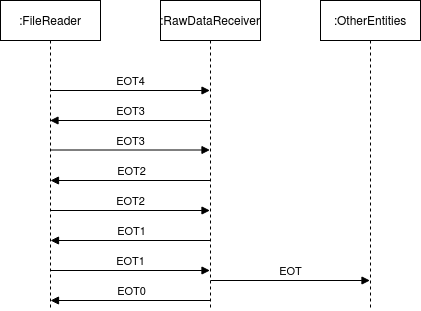
This is diagramas/secuencia.png from rozanecm/7574-tp2, a draw.io export, as it was before one commit. Source tidied: cells renumbered, new cells last; positions are measured from the earlier drawing's top-left corner, leaving out a move shared by most shapes.
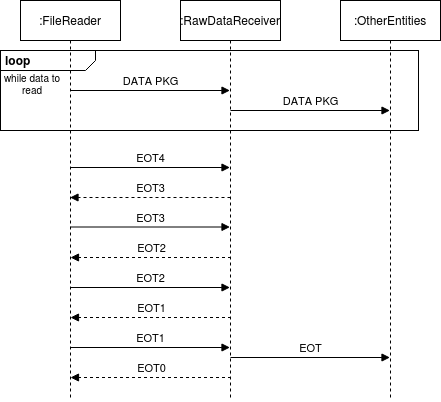
The same file after the commit.

What changed in the source:
```diff
@@ -2,65 +2,86 @@
   <root>
     <mxCell id="0" />
     <mxCell id="1" parent="0" />
+    <mxCell id="14" value="&lt;p style=&quot;margin: 0px ; margin-top: 4px ; margin-left: 5px ; text-align: left&quot;&gt;&lt;b&gt;loop&lt;/b&gt; &lt;br&gt;&lt;/p&gt;" style="html=1;shape=mxgraph.sysml.package;overflow=fill;labelX=95;align=left;spacingLeft=5;verticalAlign=top;spacingTop=-3;" parent="1" vertex="1">
+      <mxGeometry x="-20" y="50" width="418" height="80" as="geometry" />
+    </mxCell>
     <mxCell id="2" value=":RawDataReceiver" style="shape=umlLifeline;perimeter=lifelinePerimeter;whiteSpace=wrap;html=1;outlineConnect=0;" parent="1" vertex="1">
-      <mxGeometry x="160" width="100" height="310" as="geometry" />
+      <mxGeometry x="160" width="100" height="400" as="geometry" />
     </mxCell>
-    <mxCell id="3" value="EOT3" style="html=1;verticalAlign=bottom;endArrow=block;" parent="2" edge="1" target="8">
+    <mxCell id="3" value="EOT3" style="html=1;verticalAlign=bottom;endArrow=block;dashed=1;" parent="2" edge="1">
       <mxGeometry relative="1" as="geometry">
-        <mxPoint x="50" y="120" as="sourcePoint" />
+        <mxPoint x="50" y="197" as="sourcePoint" />
+        <mxPoint x="-110.5" y="197" as="targetPoint" />
       </mxGeometry>
     </mxCell>
-    <mxCell id="4" value="EOT2" style="html=1;verticalAlign=bottom;endArrow=block;" parent="2" edge="1">
+    <mxCell id="4" value="EOT2" style="html=1;verticalAlign=bottom;endArrow=block;dashed=1;" parent="2" edge="1">
       <mxGeometry relative="1" as="geometry">
-        <mxPoint x="50.5" y="180" as="sourcePoint" />
-        <mxPoint x="-110" y="180" as="targetPoint" />
+        <mxPoint x="50.5" y="257" as="sourcePoint" />
+        <mxPoint x="-110" y="257" as="targetPoint" />
       </mxGeometry>
     </mxCell>
-    <mxCell id="5" value="EOT1" style="html=1;verticalAlign=bottom;endArrow=block;" parent="2" edge="1">
+    <mxCell id="5" value="EOT1" style="html=1;verticalAlign=bottom;endArrow=block;dashed=1;" parent="2" edge="1">
       <mxGeometry relative="1" as="geometry">
-        <mxPoint x="50.5" y="240" as="sourcePoint" />
-        <mxPoint x="-110" y="240" as="targetPoint" />
+        <mxPoint x="50.5" y="317" as="sourcePoint" />
+        <mxPoint x="-110" y="317" as="targetPoint" />
       </mxGeometry>
     </mxCell>
-    <mxCell id="6" value="EOT0" style="html=1;verticalAlign=bottom;endArrow=block;" parent="2" edge="1">
+    <mxCell id="6" value="EOT0" style="html=1;verticalAlign=bottom;endArrow=block;dashed=1;" parent="2" edge="1">
       <mxGeometry relative="1" as="geometry">
-        <mxPoint x="50.5" y="300" as="sourcePoint" />
-        <mxPoint x="-110" y="300" as="targetPoint" />
+        <mxPoint x="50.5" y="377" as="sourcePoint" />
+        <mxPoint x="-110" y="377" as="targetPoint" />
       </mxGeometry>
     </mxCell>
-    <mxCell id="7" value="EOT" style="html=1;verticalAlign=bottom;endArrow=block;" parent="2" edge="1" target="10">
+    <mxCell id="7" value="EOT" style="html=1;verticalAlign=bottom;endArrow=block;" parent="2" edge="1">
       <mxGeometry relative="1" as="geometry">
-        <mxPoint x="50" y="280" as="sourcePoint" />
+        <mxPoint x="50" y="357" as="sourcePoint" />
+        <mxPoint x="209.5" y="357" as="targetPoint" />
       </mxGeometry>
     </mxCell>
     <mxCell id="8" value=":FileReader" style="shape=umlLifeline;perimeter=lifelinePerimeter;whiteSpace=wrap;html=1;outlineConnect=0;" parent="1" vertex="1">
-      <mxGeometry width="100" height="310" as="geometry" />
+      <mxGeometry width="100" height="400" as="geometry" />
     </mxCell>
-    <mxCell id="9" value="EOT4" style="html=1;verticalAlign=bottom;endArrow=block;" parent="8" edge="1" target="2">
+    <mxCell id="9" value="EOT4" style="html=1;verticalAlign=bottom;endArrow=block;" parent="8" edge="1">
       <mxGeometry relative="1" as="geometry">
-        <mxPoint x="50" y="90" as="sourcePoint" />
+        <mxPoint x="50" y="167" as="sourcePoint" />
+        <mxPoint x="209.5" y="167" as="targetPoint" />
       </mxGeometry>
     </mxCell>
     <mxCell id="10" value=":OtherEntities" style="shape=umlLifeline;perimeter=lifelinePerimeter;whiteSpace=wrap;html=1;outlineConnect=0;" parent="1" vertex="1">
-      <mxGeometry x="320" width="100" height="310" as="geometry" />
+      <mxGeometry x="320" width="100" height="400" as="geometry" />
     </mxCell>
     <mxCell id="11" value="EOT3" style="html=1;verticalAlign=bottom;endArrow=block;" parent="1" edge="1">
       <mxGeometry relative="1" as="geometry">
-        <mxPoint x="50" y="149.5" as="sourcePoint" />
-        <mxPoint x="209.5" y="149.5" as="targetPoint" />
+        <mxPoint x="50" y="226.5" as="sourcePoint" />
+        <mxPoint x="209.5" y="226.5" as="targetPoint" />
       </mxGeometry>
     </mxCell>
     <mxCell id="12" value="EOT2" style="html=1;verticalAlign=bottom;endArrow=block;" parent="1" edge="1">
       <mxGeometry relative="1" as="geometry">
-        <mxPoint x="50" y="210" as="sourcePoint" />
-        <mxPoint x="209.5" y="210" as="targetPoint" />
+        <mxPoint x="50" y="287" as="sourcePoint" />
+        <mxPoint x="209.5" y="287" as="targetPoint" />
       </mxGeometry>
     </mxCell>
     <mxCell id="13" value="EOT1" style="html=1;verticalAlign=bottom;endArrow=block;" parent="1" edge="1">
       <mxGeometry relative="1" as="geometry">
-        <mxPoint x="50" y="270" as="sourcePoint" />
-        <mxPoint x="209.5" y="270" as="targetPoint" />
+        <mxPoint x="50" y="347" as="sourcePoint" />
+        <mxPoint x="209.5" y="347" as="targetPoint" />
       </mxGeometry>
     </mxCell>
+    <mxCell id="15" value="DATA PKG" style="html=1;verticalAlign=bottom;endArrow=block;" parent="1" edge="1">
+      <mxGeometry relative="1" as="geometry">
+        <mxPoint x="50" y="90" as="sourcePoint" />
+        <mxPoint x="209.5" y="90" as="targetPoint" />
+      </mxGeometry>
+    </mxCell>
+    <mxCell id="16" value="DATA PKG" style="html=1;verticalAlign=bottom;endArrow=block;" parent="1" edge="1">
+      <mxGeometry relative="1" as="geometry">
+        <mxPoint x="210" y="110" as="sourcePoint" />
+        <mxPoint x="369.5" y="110" as="targetPoint" />
+      </mxGeometry>
+    </mxCell>
+    <mxCell id="17" value="while data to read" style="text;html=1;strokeColor=none;fillColor=none;align=center;verticalAlign=middle;whiteSpace=wrap;rounded=0;fontSize=10;" parent="1" vertex="1">
+      <mxGeometry x="-18" y="74" width="60" height="20" as="geometry" />
+    </mxCell>
   </root>
 </mxGraphModel>
```
